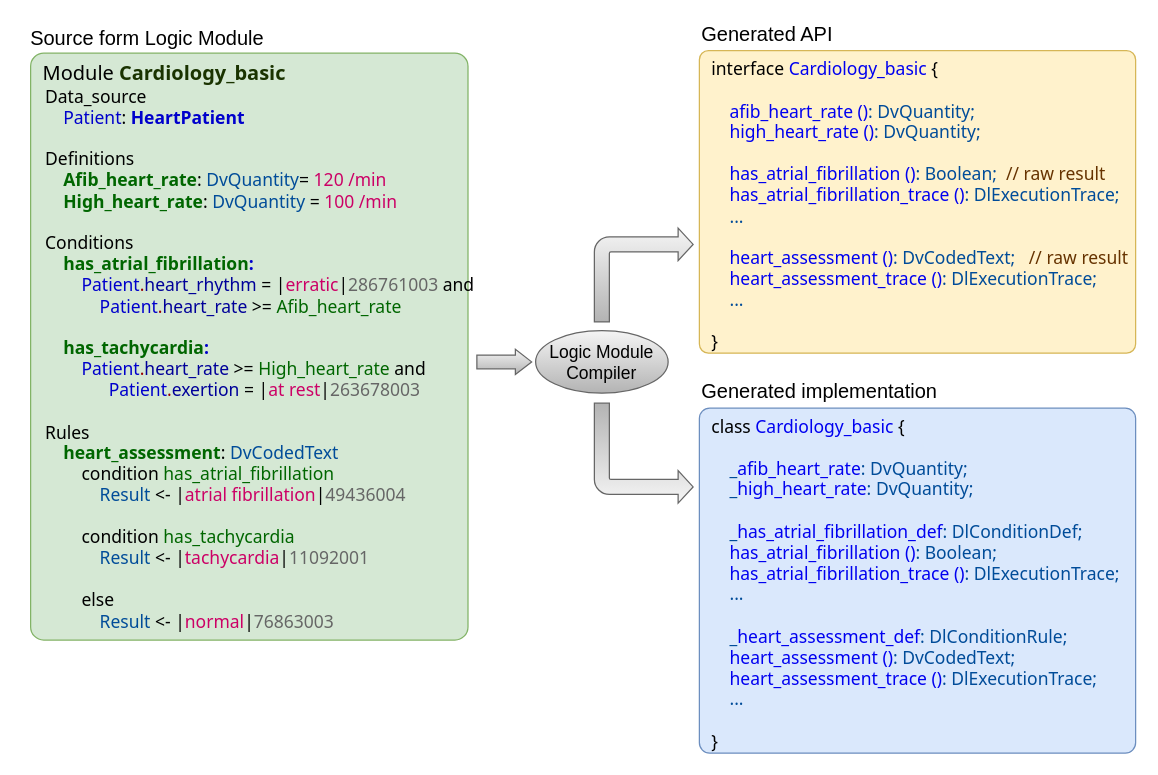
The draw.io diagram docs/decision_language/diagrams/artefact_scheme.drawio in openEHR/specifications-PROC, before the edit. Source tidied: cells renumbered, new cells numbered last; positions are measured from the earlier drawing's top-left corner, leaving out a move shared by most shapes. Both pictures are drawn from the tidied source at 125%, with x=0, y=0 at pixel (21, 21).
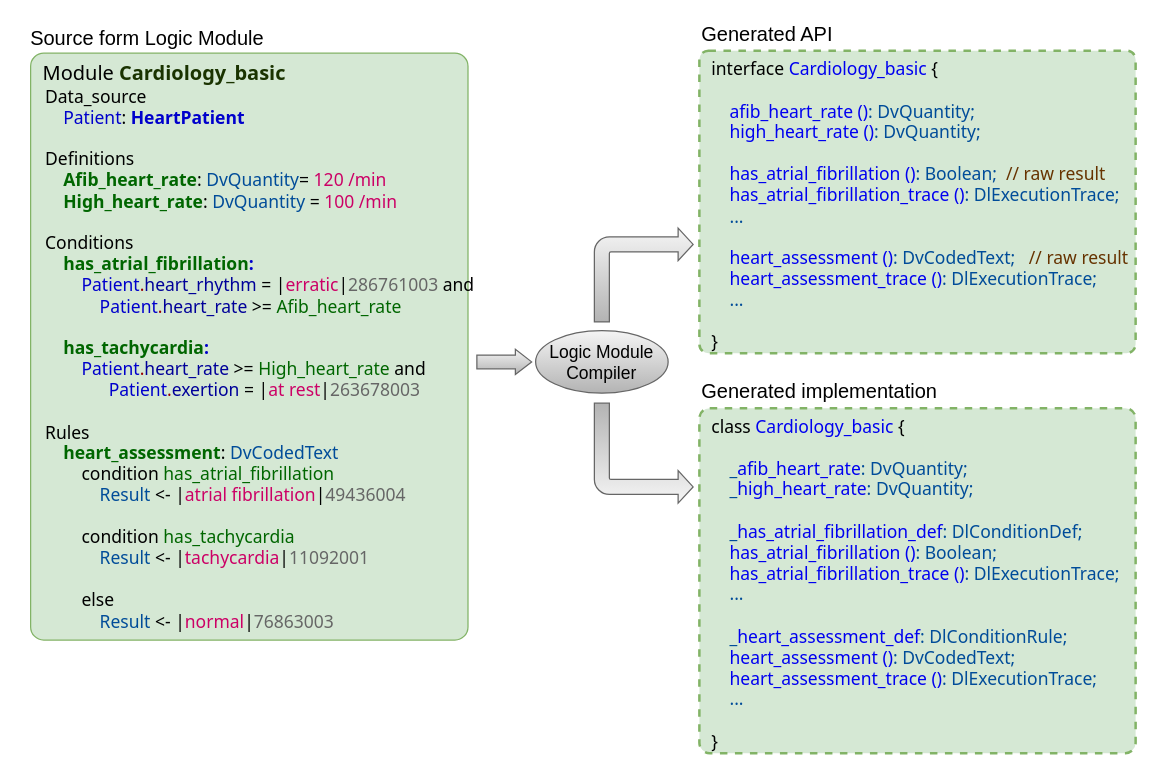
The same diagram, later.

Commit message (it also covers changes not shown here):
Slight diagram improvements.

Diff of the diagram source:
```diff
@@
-    <mxCell id="3" value="&lt;div style=&quot;font-size: 14px&quot;&gt;&lt;div&gt;&lt;font color=&quot;#000000&quot;&gt;class&lt;/font&gt;&lt;font color=&quot;#004c99&quot;&gt;&amp;nbsp;&lt;/font&gt;&lt;font color=&quot;#0000f0&quot;&gt;Cardiology_basic&lt;/font&gt;&lt;font color=&quot;#004c99&quot;&gt;&amp;nbsp;&lt;/font&gt;{&lt;/div&gt;&lt;div&gt;&lt;font color=&quot;#004c99&quot;&gt;&lt;br&gt;&lt;/font&gt;&lt;/div&gt;&lt;div&gt;&lt;font color=&quot;#004c99&quot;&gt;&amp;nbsp; &amp;nbsp; _&lt;/font&gt;&lt;font color=&quot;#0000f0&quot;&gt;afib_heart_rate&lt;/font&gt;&lt;font color=&quot;#004c99&quot;&gt;:&amp;nbsp;&lt;/font&gt;&lt;span style=&quot;color: rgb(0 , 76 , 153)&quot;&gt;DvQuantity&lt;/span&gt;&lt;font color=&quot;#004c99&quot;&gt;;&lt;/font&gt;&lt;br&gt;&lt;/div&gt;&lt;div&gt;&lt;font color=&quot;#004c99&quot;&gt;&amp;nbsp; &amp;nbsp; _&lt;/font&gt;&lt;font color=&quot;#0000f0&quot;&gt;high_heart_rate&lt;/font&gt;&lt;font color=&quot;#004c99&quot;&gt;:&amp;nbsp;&lt;/font&gt;&lt;span style=&quot;color: rgb(0 , 76 , 153)&quot;&gt;DvQuantity&lt;/span&gt;&lt;font color=&quot;#004c99&quot;&gt;;&lt;/font&gt;&lt;/div&gt;&lt;div&gt;&lt;font color=&quot;#004c99&quot;&gt;&lt;br&gt;&lt;/font&gt;&lt;/div&gt;&lt;div&gt;&lt;font color=&quot;#004c99&quot;&gt;&amp;nbsp; &amp;nbsp; _&lt;/font&gt;&lt;font color=&quot;#0000f0&quot;&gt;has_atrial_fibrillation_def&lt;/font&gt;&lt;font color=&quot;#004c99&quot;&gt;: DlConditionDef;&lt;/font&gt;&lt;/div&gt;&lt;div&gt;&lt;font color=&quot;#004c99&quot;&gt;&amp;nbsp; &amp;nbsp;&amp;nbsp;&lt;/font&gt;&lt;font color=&quot;#0000f0&quot;&gt;has_atrial_fibrillation ()&lt;/font&gt;&lt;font color=&quot;#004c99&quot;&gt;: Boolean;&lt;/font&gt;&lt;br&gt;&lt;/div&gt;&lt;div&gt;&lt;font color=&quot;#004c99&quot;&gt;&amp;nbsp; &amp;nbsp;&amp;nbsp;&lt;/font&gt;&lt;span style=&quot;color: rgb(0 , 0 , 240)&quot;&gt;has_atrial_fibrillation_trace&lt;/span&gt;&lt;font color=&quot;#0000f0&quot;&gt;&amp;nbsp;()&lt;/font&gt;&lt;font color=&quot;#004c99&quot;&gt;: DlExecutionTrace;&lt;/font&gt;&lt;/div&gt;&lt;div&gt;&lt;font color=&quot;#004c99&quot;&gt;&amp;nbsp; &amp;nbsp; ...&lt;/font&gt;&lt;/div&gt;&lt;div&gt;&lt;font color=&quot;#004c99&quot;&gt;&lt;br&gt;&lt;/font&gt;&lt;/div&gt;&lt;div&gt;&lt;font color=&quot;#004c99&quot;&gt;&amp;nbsp; &amp;nbsp; _&lt;/font&gt;&lt;font color=&quot;#0000f0&quot;&gt;heart_assessment_def&lt;/font&gt;&lt;font color=&quot;#004c99&quot;&gt;: DlConditionRule;&lt;/font&gt;&lt;/div&gt;&lt;div&gt;&lt;font color=&quot;#004c99&quot;&gt;&amp;nbsp; &amp;nbsp;&amp;nbsp;&lt;/font&gt;&lt;font color=&quot;#0000f0&quot;&gt;heart_assessment ()&lt;/font&gt;&lt;font color=&quot;#004c99&quot;&gt;: DvCodedText;&lt;/font&gt;&lt;br&gt;&lt;/div&gt;&lt;div&gt;&lt;div&gt;&lt;font color=&quot;#004c99&quot;&gt;&amp;nbsp; &amp;nbsp;&amp;nbsp;&lt;/font&gt;&lt;font color=&quot;#0000f0&quot;&gt;heart_assessment_trace ()&lt;/font&gt;&lt;font color=&quot;#004c99&quot;&gt;: DlExecutionTrace;&lt;/font&gt;&lt;/div&gt;&lt;div&gt;&lt;font color=&quot;#004c99&quot;&gt;&amp;nbsp; &amp;nbsp; ...&lt;/font&gt;&lt;/div&gt;&lt;/div&gt;&lt;div&gt;&lt;br&gt;&lt;/div&gt;&lt;div&gt;}&lt;/div&gt;&lt;/div&gt;" style="rounded=1;whiteSpace=wrap;html=1;fontSize=14;arcSize=3;verticalAlign=top;fillColor=#dae8fc;strokeColor=#6c8ebf;align=left;spacingLeft=8;fontFamily=Tahoma;fontStyle=0;" parent="1" vertex="1">
+    <mxCell id="3" value="&lt;div style=&quot;font-size: 14px&quot;&gt;&lt;div&gt;&lt;font color=&quot;#000000&quot;&gt;class&lt;/font&gt;&lt;font color=&quot;#004c99&quot;&gt;&amp;nbsp;&lt;/font&gt;&lt;font color=&quot;#0000f0&quot;&gt;Cardiology_basic&lt;/font&gt;&lt;font color=&quot;#004c99&quot;&gt;&amp;nbsp;&lt;/font&gt;{&lt;/div&gt;&lt;div&gt;&lt;font color=&quot;#004c99&quot;&gt;&lt;br&gt;&lt;/font&gt;&lt;/div&gt;&lt;div&gt;&lt;font color=&quot;#004c99&quot;&gt;&amp;nbsp; &amp;nbsp; _&lt;/font&gt;&lt;font color=&quot;#0000f0&quot;&gt;afib_heart_rate&lt;/font&gt;&lt;font color=&quot;#004c99&quot;&gt;:&amp;nbsp;&lt;/font&gt;&lt;span style=&quot;color: rgb(0 , 76 , 153)&quot;&gt;DvQuantity&lt;/span&gt;&lt;font color=&quot;#004c99&quot;&gt;;&lt;/font&gt;&lt;br&gt;&lt;/div&gt;&lt;div&gt;&lt;font color=&quot;#004c99&quot;&gt;&amp;nbsp; &amp;nbsp; _&lt;/font&gt;&lt;font color=&quot;#0000f0&quot;&gt;high_heart_rate&lt;/font&gt;&lt;font color=&quot;#004c99&quot;&gt;:&amp;nbsp;&lt;/font&gt;&lt;span style=&quot;color: rgb(0 , 76 , 153)&quot;&gt;DvQuantity&lt;/span&gt;&lt;font color=&quot;#004c99&quot;&gt;;&lt;/font&gt;&lt;/div&gt;&lt;div&gt;&lt;font color=&quot;#004c99&quot;&gt;&lt;br&gt;&lt;/font&gt;&lt;/div&gt;&lt;div&gt;&lt;font color=&quot;#004c99&quot;&gt;&amp;nbsp; &amp;nbsp; _&lt;/font&gt;&lt;font color=&quot;#0000f0&quot;&gt;has_atrial_fibrillation_def&lt;/font&gt;&lt;font color=&quot;#004c99&quot;&gt;: DlConditionDef;&lt;/font&gt;&lt;/div&gt;&lt;div&gt;&lt;font color=&quot;#004c99&quot;&gt;&amp;nbsp; &amp;nbsp;&amp;nbsp;&lt;/font&gt;&lt;font color=&quot;#0000f0&quot;&gt;has_atrial_fibrillation ()&lt;/font&gt;&lt;font color=&quot;#004c99&quot;&gt;: Boolean;&lt;/font&gt;&lt;br&gt;&lt;/div&gt;&lt;div&gt;&lt;font color=&quot;#004c99&quot;&gt;&amp;nbsp; &amp;nbsp;&amp;nbsp;&lt;/font&gt;&lt;span style=&quot;color: rgb(0 , 0 , 240)&quot;&gt;has_atrial_fibrillation_trace&lt;/span&gt;&lt;font color=&quot;#0000f0&quot;&gt;&amp;nbsp;()&lt;/font&gt;&lt;font color=&quot;#004c99&quot;&gt;: DlExecutionTrace;&lt;/font&gt;&lt;/div&gt;&lt;div&gt;&lt;font color=&quot;#004c99&quot;&gt;&amp;nbsp; &amp;nbsp; ...&lt;/font&gt;&lt;/div&gt;&lt;div&gt;&lt;font color=&quot;#004c99&quot;&gt;&lt;br&gt;&lt;/font&gt;&lt;/div&gt;&lt;div&gt;&lt;font color=&quot;#004c99&quot;&gt;&amp;nbsp; &amp;nbsp; _&lt;/font&gt;&lt;font color=&quot;#0000f0&quot;&gt;heart_assessment_def&lt;/font&gt;&lt;font color=&quot;#004c99&quot;&gt;: DlConditionRule;&lt;/font&gt;&lt;/div&gt;&lt;div&gt;&lt;font color=&quot;#004c99&quot;&gt;&amp;nbsp; &amp;nbsp;&amp;nbsp;&lt;/font&gt;&lt;font color=&quot;#0000f0&quot;&gt;heart_assessment ()&lt;/font&gt;&lt;font color=&quot;#004c99&quot;&gt;: DvCodedText;&lt;/font&gt;&lt;br&gt;&lt;/div&gt;&lt;div&gt;&lt;div&gt;&lt;font color=&quot;#004c99&quot;&gt;&amp;nbsp; &amp;nbsp;&amp;nbsp;&lt;/font&gt;&lt;font color=&quot;#0000f0&quot;&gt;heart_assessment_trace ()&lt;/font&gt;&lt;font color=&quot;#004c99&quot;&gt;: DlExecutionTrace;&lt;/font&gt;&lt;/div&gt;&lt;div&gt;&lt;font color=&quot;#004c99&quot;&gt;&amp;nbsp; &amp;nbsp; ...&lt;/font&gt;&lt;/div&gt;&lt;/div&gt;&lt;div&gt;&lt;br&gt;&lt;/div&gt;&lt;div&gt;}&lt;/div&gt;&lt;/div&gt;" style="rounded=1;whiteSpace=wrap;html=1;fontSize=14;arcSize=3;verticalAlign=top;fillColor=#d5e8d4;strokeColor=#82b366;align=left;spacingLeft=8;fontFamily=Tahoma;fontStyle=0;dashed=1;strokeWidth=2;" parent="1" vertex="1">
       <mxGeometry x="542" y="309" width="349" height="276" as="geometry" />
     </mxCell>
-    <mxCell id="4" value="&lt;div style=&quot;font-size: 14px&quot;&gt;&lt;font color=&quot;#000000&quot;&gt;interface&lt;/font&gt;&lt;font color=&quot;#004c99&quot;&gt;&amp;nbsp;&lt;/font&gt;&lt;span style=&quot;font-size: 14px&quot;&gt;&lt;font style=&quot;font-size: 14px&quot;&gt;&lt;font color=&quot;#0000f0&quot;&gt;Cardiology_basic&lt;/font&gt;&lt;font color=&quot;#004c99&quot;&gt;&amp;nbsp;&lt;/font&gt;{&lt;/font&gt;&lt;/span&gt;&lt;/div&gt;&lt;div style=&quot;font-size: 14px&quot;&gt;&lt;span style=&quot;font-size: 14px&quot;&gt;&lt;font style=&quot;font-size: 14px&quot; color=&quot;#004c99&quot;&gt;&lt;br style=&quot;font-size: 14px&quot;&gt;&lt;/font&gt;&lt;/span&gt;&lt;/div&gt;&lt;div&gt;&lt;font color=&quot;#004c99&quot;&gt;&amp;nbsp; &amp;nbsp;&amp;nbsp;&lt;/font&gt;&lt;font color=&quot;#0000f0&quot;&gt;afib_heart_rate ()&lt;/font&gt;&lt;font color=&quot;#004c99&quot;&gt;: DvQuantity;&lt;/font&gt;&lt;br&gt;&lt;/div&gt;&lt;div&gt;&lt;font color=&quot;#004c99&quot;&gt;&amp;nbsp; &amp;nbsp;&amp;nbsp;&lt;/font&gt;&lt;font color=&quot;#0000f0&quot;&gt;high_heart_rate ()&lt;/font&gt;&lt;font color=&quot;#004c99&quot;&gt;: DvQuantity;&lt;/font&gt;&lt;/div&gt;&lt;div style=&quot;font-size: 14px&quot;&gt;&lt;span style=&quot;font-size: 14px&quot;&gt;&lt;font color=&quot;#004c99&quot;&gt;&lt;br&gt;&lt;/font&gt;&lt;/span&gt;&lt;/div&gt;&lt;div style=&quot;font-size: 14px&quot;&gt;&lt;span style=&quot;font-size: 14px&quot;&gt;&lt;font color=&quot;#004c99&quot;&gt;&amp;nbsp; &amp;nbsp; &lt;/font&gt;&lt;font color=&quot;#0000f0&quot;&gt;has_atrial_fibrillation ()&lt;/font&gt;&lt;font color=&quot;#004c99&quot;&gt;: Boolean;&amp;nbsp; &lt;/font&gt;&lt;font color=&quot;#663300&quot;&gt;// raw result&lt;/font&gt;&lt;/span&gt;&lt;br style=&quot;font-size: 14px&quot;&gt;&lt;/div&gt;&lt;div style=&quot;font-size: 14px&quot;&gt;&lt;span style=&quot;font-size: 14px&quot;&gt;&lt;font style=&quot;font-size: 14px&quot;&gt;&lt;font color=&quot;#004c99&quot;&gt;&amp;nbsp; &amp;nbsp;&amp;nbsp;&lt;/font&gt;&lt;/font&gt;&lt;/span&gt;&lt;span style=&quot;color: rgb(0 , 0 , 240)&quot;&gt;has_atrial_fibrillation_trace&lt;/span&gt;&lt;span style=&quot;font-size: 14px&quot;&gt;&lt;font style=&quot;font-size: 14px&quot;&gt;&lt;font color=&quot;#0000f0&quot;&gt;&amp;nbsp;()&lt;/font&gt;&lt;font color=&quot;#004c99&quot;&gt;: DlExecutionTrace;&lt;/font&gt;&lt;/font&gt;&lt;/span&gt;&lt;/div&gt;&lt;div style=&quot;font-size: 14px&quot;&gt;&lt;span style=&quot;font-size: 14px&quot;&gt;&lt;font style=&quot;font-size: 14px&quot;&gt;&lt;font color=&quot;#004c99&quot;&gt;&amp;nbsp; &amp;nbsp; ...&lt;/font&gt;&lt;/font&gt;&lt;/span&gt;&lt;/div&gt;&lt;div style=&quot;font-size: 14px&quot;&gt;&lt;span style=&quot;font-size: 14px&quot;&gt;&lt;font style=&quot;font-size: 14px&quot; color=&quot;#004c99&quot;&gt;&lt;br style=&quot;font-size: 14px&quot;&gt;&lt;/font&gt;&lt;/span&gt;&lt;/div&gt;&lt;div style=&quot;font-size: 14px&quot;&gt;&lt;span style=&quot;font-size: 14px&quot;&gt;&lt;font color=&quot;#004c99&quot;&gt;&amp;nbsp; &amp;nbsp; &lt;/font&gt;&lt;font color=&quot;#0000f0&quot;&gt;heart_assessment ()&lt;/font&gt;&lt;font color=&quot;#004c99&quot;&gt;: DvCodedText;&amp;nbsp;&lt;/font&gt;&lt;font color=&quot;#663300&quot;&gt; &amp;nbsp;// raw result&lt;/font&gt;&lt;/span&gt;&lt;br style=&quot;font-size: 14px&quot;&gt;&lt;/div&gt;&lt;div style=&quot;font-size: 14px&quot;&gt;&lt;div&gt;&lt;font color=&quot;#004c99&quot;&gt;&amp;nbsp; &amp;nbsp;&amp;nbsp;&lt;/font&gt;&lt;font color=&quot;#0000f0&quot;&gt;heart_assessment_trace ()&lt;/font&gt;&lt;font color=&quot;#004c99&quot;&gt;: DlExecutionTrace;&lt;/font&gt;&lt;/div&gt;&lt;div&gt;&lt;font color=&quot;#004c99&quot;&gt;&amp;nbsp; &amp;nbsp; ...&lt;/font&gt;&lt;/div&gt;&lt;/div&gt;&lt;div style=&quot;font-size: 14px&quot;&gt;&lt;br&gt;&lt;/div&gt;&lt;div style=&quot;font-size: 14px&quot;&gt;&lt;div&gt;}&lt;/div&gt;&lt;/div&gt;" style="rounded=1;whiteSpace=wrap;html=1;fontSize=14;arcSize=3;verticalAlign=top;fillColor=#fff2cc;strokeColor=#d6b656;align=left;spacingLeft=8;fontFamily=Tahoma;fontStyle=0;" parent="1" vertex="1">
+    <mxCell id="4" value="&lt;div style=&quot;font-size: 14px&quot;&gt;&lt;font color=&quot;#000000&quot;&gt;interface&lt;/font&gt;&lt;font color=&quot;#004c99&quot;&gt;&amp;nbsp;&lt;/font&gt;&lt;span style=&quot;font-size: 14px&quot;&gt;&lt;font style=&quot;font-size: 14px&quot;&gt;&lt;font color=&quot;#0000f0&quot;&gt;Cardiology_basic&lt;/font&gt;&lt;font color=&quot;#004c99&quot;&gt;&amp;nbsp;&lt;/font&gt;{&lt;/font&gt;&lt;/span&gt;&lt;/div&gt;&lt;div style=&quot;font-size: 14px&quot;&gt;&lt;span style=&quot;font-size: 14px&quot;&gt;&lt;font style=&quot;font-size: 14px&quot; color=&quot;#004c99&quot;&gt;&lt;br style=&quot;font-size: 14px&quot;&gt;&lt;/font&gt;&lt;/span&gt;&lt;/div&gt;&lt;div&gt;&lt;font color=&quot;#004c99&quot;&gt;&amp;nbsp; &amp;nbsp;&amp;nbsp;&lt;/font&gt;&lt;font color=&quot;#0000f0&quot;&gt;afib_heart_rate ()&lt;/font&gt;&lt;font color=&quot;#004c99&quot;&gt;: DvQuantity;&lt;/font&gt;&lt;br&gt;&lt;/div&gt;&lt;div&gt;&lt;font color=&quot;#004c99&quot;&gt;&amp;nbsp; &amp;nbsp;&amp;nbsp;&lt;/font&gt;&lt;font color=&quot;#0000f0&quot;&gt;high_heart_rate ()&lt;/font&gt;&lt;font color=&quot;#004c99&quot;&gt;: DvQuantity;&lt;/font&gt;&lt;/div&gt;&lt;div style=&quot;font-size: 14px&quot;&gt;&lt;span style=&quot;font-size: 14px&quot;&gt;&lt;font color=&quot;#004c99&quot;&gt;&lt;br&gt;&lt;/font&gt;&lt;/span&gt;&lt;/div&gt;&lt;div style=&quot;font-size: 14px&quot;&gt;&lt;span style=&quot;font-size: 14px&quot;&gt;&lt;font color=&quot;#004c99&quot;&gt;&amp;nbsp; &amp;nbsp; &lt;/font&gt;&lt;font color=&quot;#0000f0&quot;&gt;has_atrial_fibrillation ()&lt;/font&gt;&lt;font color=&quot;#004c99&quot;&gt;: Boolean;&amp;nbsp; &lt;/font&gt;&lt;font color=&quot;#663300&quot;&gt;// raw result&lt;/font&gt;&lt;/span&gt;&lt;br style=&quot;font-size: 14px&quot;&gt;&lt;/div&gt;&lt;div style=&quot;font-size: 14px&quot;&gt;&lt;span style=&quot;font-size: 14px&quot;&gt;&lt;font style=&quot;font-size: 14px&quot;&gt;&lt;font color=&quot;#004c99&quot;&gt;&amp;nbsp; &amp;nbsp;&amp;nbsp;&lt;/font&gt;&lt;/font&gt;&lt;/span&gt;&lt;span style=&quot;color: rgb(0 , 0 , 240)&quot;&gt;has_atrial_fibrillation_trace&lt;/span&gt;&lt;span style=&quot;font-size: 14px&quot;&gt;&lt;font style=&quot;font-size: 14px&quot;&gt;&lt;font color=&quot;#0000f0&quot;&gt;&amp;nbsp;()&lt;/font&gt;&lt;font color=&quot;#004c99&quot;&gt;: DlExecutionTrace;&lt;/font&gt;&lt;/font&gt;&lt;/span&gt;&lt;/div&gt;&lt;div style=&quot;font-size: 14px&quot;&gt;&lt;span style=&quot;font-size: 14px&quot;&gt;&lt;font style=&quot;font-size: 14px&quot;&gt;&lt;font color=&quot;#004c99&quot;&gt;&amp;nbsp; &amp;nbsp; ...&lt;/font&gt;&lt;/font&gt;&lt;/span&gt;&lt;/div&gt;&lt;div style=&quot;font-size: 14px&quot;&gt;&lt;span style=&quot;font-size: 14px&quot;&gt;&lt;font style=&quot;font-size: 14px&quot; color=&quot;#004c99&quot;&gt;&lt;br style=&quot;font-size: 14px&quot;&gt;&lt;/font&gt;&lt;/span&gt;&lt;/div&gt;&lt;div style=&quot;font-size: 14px&quot;&gt;&lt;span style=&quot;font-size: 14px&quot;&gt;&lt;font color=&quot;#004c99&quot;&gt;&amp;nbsp; &amp;nbsp; &lt;/font&gt;&lt;font color=&quot;#0000f0&quot;&gt;heart_assessment ()&lt;/font&gt;&lt;font color=&quot;#004c99&quot;&gt;: DvCodedText;&amp;nbsp;&lt;/font&gt;&lt;font color=&quot;#663300&quot;&gt; &amp;nbsp;// raw result&lt;/font&gt;&lt;/span&gt;&lt;br style=&quot;font-size: 14px&quot;&gt;&lt;/div&gt;&lt;div style=&quot;font-size: 14px&quot;&gt;&lt;div&gt;&lt;font color=&quot;#004c99&quot;&gt;&amp;nbsp; &amp;nbsp;&amp;nbsp;&lt;/font&gt;&lt;font color=&quot;#0000f0&quot;&gt;heart_assessment_trace ()&lt;/font&gt;&lt;font color=&quot;#004c99&quot;&gt;: DlExecutionTrace;&lt;/font&gt;&lt;/div&gt;&lt;div&gt;&lt;font color=&quot;#004c99&quot;&gt;&amp;nbsp; &amp;nbsp; ...&lt;/font&gt;&lt;/div&gt;&lt;/div&gt;&lt;div style=&quot;font-size: 14px&quot;&gt;&lt;br&gt;&lt;/div&gt;&lt;div style=&quot;font-size: 14px&quot;&gt;&lt;div&gt;}&lt;/div&gt;&lt;/div&gt;" style="rounded=1;whiteSpace=wrap;html=1;fontSize=14;arcSize=3;verticalAlign=top;fillColor=#d5e8d4;strokeColor=#82b366;align=left;spacingLeft=8;fontFamily=Tahoma;fontStyle=0;strokeWidth=2;dashed=1;" parent="1" vertex="1">
       <mxGeometry x="542" y="23" width="349" height="242" as="geometry" />
     </mxCell>
```
